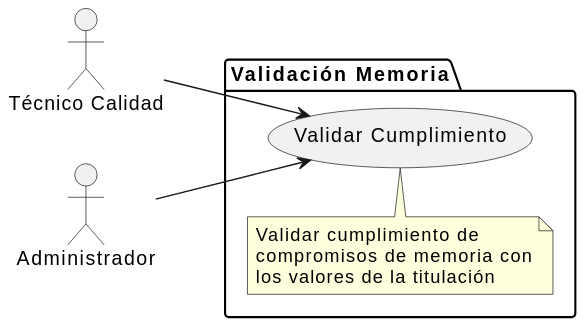
Before: images/modelosUML/CdU/Individuales/ValidarMemoriaTitulacion.svg, a diagram exported from PlantUML (mmasias/24-25-IdSw1-SDR).
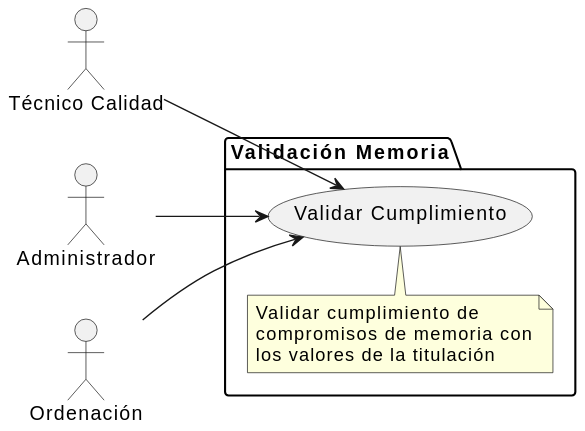
The same diagram one commit later.

The edit, as a diff of the source:
```diff
@@ -3,6 +3,7 @@
 
 actor "Técnico Calidad" as tec
 actor "Administrador" as admin
+actor "Ordenación" as ord
 
 package "Validación Memoria" as valMemPackage {
     usecase "Validar Cumplimiento" as valCumpli1
@@ -12,7 +13,7 @@
         los valores de la titulación
     end note
 }
-
+ord --> valCumpli1
 tec --> valCumpli1
 admin --> valCumpli1
 @enduml
```
